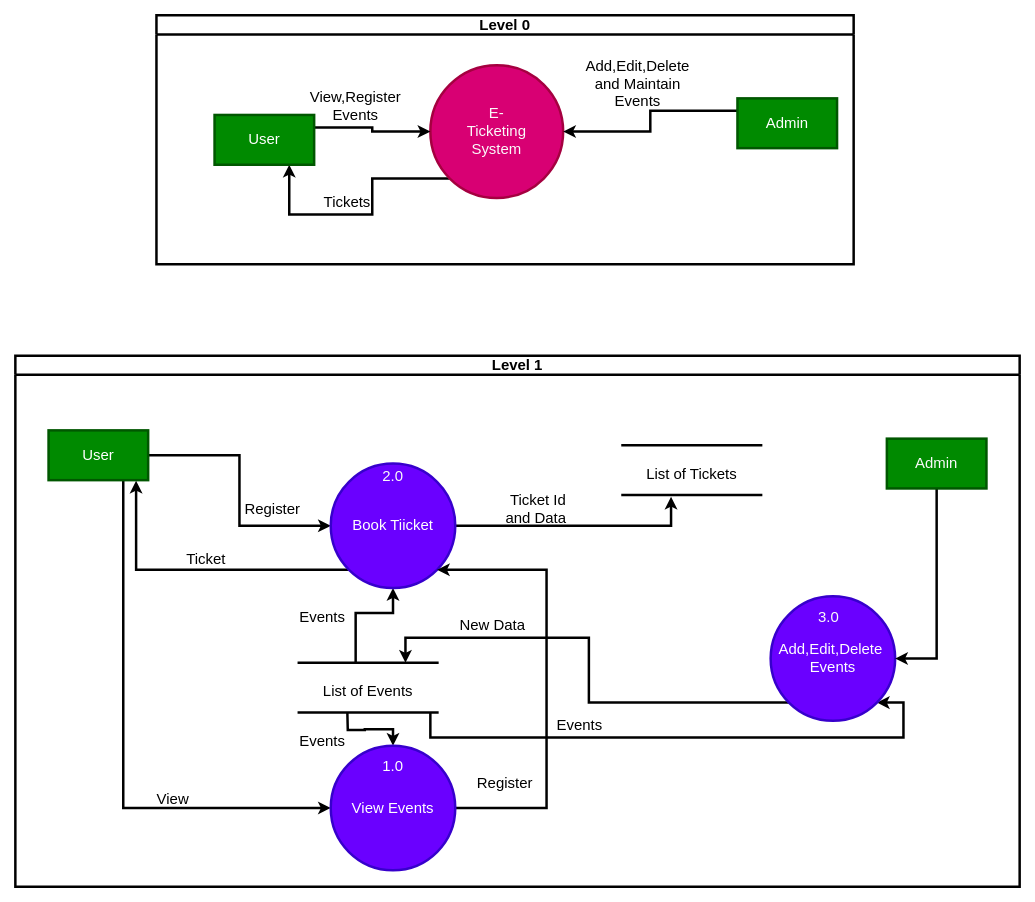
Above: swmline.drawio in AyushKrSingh000/Software-Engineering (draw.io), before the change. Source tidied: cells renumbered, new cells numbered last; positions are measured from the earlier drawing's top-left corner, leaving out a move shared by most shapes. Both pictures are drawn from the tidied source at 83%, with x=0, y=0 at pixel (15, 15).
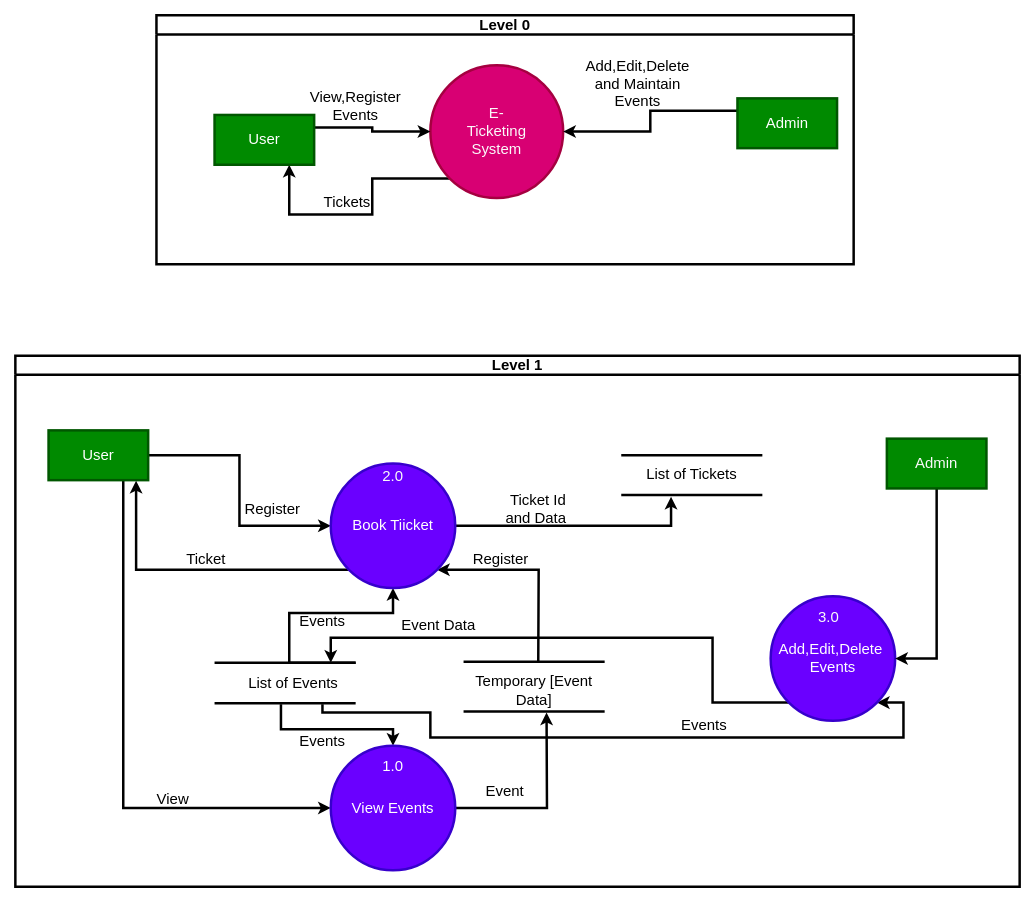
The same diagram, later.

Commit message (it also covers changes not shown here):
final dfd diagram

The change refers to these unchanged cells:
```xml
<mxCell id="8" value="&lt;font style=&quot;font-size: 18px;&quot;&gt;Book Tiicket&lt;/font&gt;" style="ellipse;whiteSpace=wrap;html=1;fontSize=18;fillColor=#6a00ff;fontColor=#ffffff;strokeColor=#3700CC;strokeWidth=3;" parent="1" vertex="1">
  <mxGeometry x="380" y="540" width="150" height="150" as="geometry" />
</mxCell>
<mxCell id="12" value="&lt;font style=&quot;font-size: 18px;&quot;&gt;View Events&lt;/font&gt;" style="ellipse;whiteSpace=wrap;html=1;fontSize=18;fillColor=#6a00ff;strokeColor=#3700CC;fontColor=#ffffff;strokeWidth=3;" parent="1" vertex="1">
  <mxGeometry x="380" y="880" width="150" height="150" as="geometry" />
</mxCell>
<mxCell id="26" value="&lt;font style=&quot;font-size: 18px;&quot;&gt;Add,Edit,Delete&amp;nbsp; Events&lt;/font&gt;" style="ellipse;whiteSpace=wrap;html=1;fontSize=18;fillColor=#6a00ff;fontColor=#ffffff;strokeColor=#3700CC;strokeWidth=3;" parent="1" vertex="1">
  <mxGeometry x="910" y="700" width="150" height="150" as="geometry" />
</mxCell>
<mxCell id="34" value="Level 1" style="swimlane;whiteSpace=wrap;html=1;fontSize=18;strokeWidth=3;" parent="1" vertex="1">
  <mxGeometry y="410" width="1210" height="640" as="geometry" />
</mxCell>
```

Diff of the diagram source:
```diff
@@
     <mxCell id="5" style="edgeStyle=orthogonalEdgeStyle;rounded=0;jettySize=auto;html=1;entryX=0.5;entryY=1;entryDx=0;entryDy=0;fontSize=18;strokeWidth=3;" parent="1" edge="1" target="8">
       <mxGeometry relative="1" as="geometry">
         <mxPoint x="410" y="780" as="sourcePoint" />
         <Array as="points">
-          <mxPoint x="410" y="720" />
+          <mxPoint x="330" y="780" />
+          <mxPoint x="330" y="720" />
           <mxPoint x="455" y="720" />
         </Array>
       </mxGeometry>
     </mxCell>
@@
+    <mxCell id="47" style="edgeStyle=orthogonalEdgeStyle;rounded=0;jettySize=auto;html=1;exitX=1;exitY=1;exitDx=0;exitDy=0;startArrow=classic;startFill=1;endArrow=none;endFill=0;strokeWidth=3;" parent="1" edge="1" source="8">
+      <mxGeometry relative="1" as="geometry">
+        <mxPoint x="630" y="780" as="targetPoint" />
+      </mxGeometry>
+    </mxCell>
@@
     <mxCell id="10" style="edgeStyle=orthogonalEdgeStyle;rounded=0;jettySize=auto;html=1;entryX=0.5;entryY=0;entryDx=0;entryDy=0;fontSize=18;strokeWidth=3;" parent="1" edge="1" target="12">
       <mxGeometry relative="1" as="geometry">
-        <mxPoint x="400" y="840" as="sourcePoint" />
+        <mxPoint x="320" y="830" as="sourcePoint" />
+        <Array as="points">
+          <mxPoint x="320" y="860" />
+          <mxPoint x="455" y="860" />
+        </Array>
       </mxGeometry>
     </mxCell>
-    <mxCell id="11" style="edgeStyle=orthogonalEdgeStyle;rounded=0;jettySize=auto;html=1;exitX=1;exitY=0.5;exitDx=0;exitDy=0;fontSize=18;entryX=1;entryY=1;entryDx=0;entryDy=0;strokeWidth=3;" parent="1" edge="1" source="12" target="8">
-      <mxGeometry relative="1" as="geometry">
-        <Array as="points">
-          <mxPoint x="640" y="955" />
-          <mxPoint x="640" y="668" />
-        </Array>
-      </mxGeometry>
-    </mxCell>
+    <mxCell id="48" style="edgeStyle=orthogonalEdgeStyle;rounded=0;jettySize=auto;html=1;exitX=1;exitY=0.5;exitDx=0;exitDy=0;strokeWidth=3;" parent="1" edge="1" source="12">
+      <mxGeometry relative="1" as="geometry">
+        <mxPoint x="640" y="840" as="targetPoint" />
+      </mxGeometry>
+    </mxCell>
@@
-    <mxCell id="14" style="endArrow=none;html=1;rounded=0;fontSize=18;strokeWidth=3;" parent="1" edge="1">
-      <mxGeometry relative="1" as="geometry">
-        <mxPoint x="340" y="780" as="sourcePoint" />
-        <mxPoint x="510" y="780" as="targetPoint" />
-      </mxGeometry>
-    </mxCell>
-    <mxCell id="15" style="endArrow=none;html=1;rounded=0;fontSize=18;strokeWidth=3;" parent="1" edge="1">
-      <mxGeometry relative="1" as="geometry">
-        <mxPoint x="340" y="840" as="sourcePoint" />
-        <mxPoint x="510" y="840" as="targetPoint" />
-      </mxGeometry>
-    </mxCell>
     <mxCell id="16" style="edgeStyle=orthogonalEdgeStyle;rounded=0;jettySize=auto;html=1;entryX=1;entryY=1;entryDx=0;entryDy=0;fontSize=18;strokeWidth=3;" parent="1" edge="1" target="26">
       <mxGeometry relative="1" as="geometry">
-        <mxPoint x="500" y="840" as="sourcePoint" />
+        <mxPoint x="370" y="830" as="sourcePoint" />
         <Array as="points">
+          <mxPoint x="370" y="840" />
+          <mxPoint x="500" y="840" />
           <mxPoint x="500" y="870" />
           <mxPoint x="1070" y="870" />
           <mxPoint x="1070" y="828" />
         </Array>
       </mxGeometry>
     </mxCell>
-    <mxCell id="17" value="&lt;font style=&quot;font-size: 18px;&quot;&gt;List of Events&lt;/font&gt;" style="text;html=1;strokeColor=none;fillColor=none;align=center;verticalAlign=middle;whiteSpace=wrap;rounded=0;fontSize=18;strokeWidth=3;" parent="1" vertex="1">
-      <mxGeometry x="350" y="800" width="150" height="30" as="geometry" />
-    </mxCell>
@@
-    <mxCell id="21" style="endArrow=none;html=1;rounded=0;fontSize=18;strokeWidth=3;" parent="1" edge="1">
-      <mxGeometry relative="1" as="geometry">
-        <mxPoint x="730" y="518" as="sourcePoint" />
-        <mxPoint x="900" y="518" as="targetPoint" />
-      </mxGeometry>
-    </mxCell>
@@
     <mxCell id="25" style="edgeStyle=orthogonalEdgeStyle;rounded=0;jettySize=auto;html=1;exitX=0;exitY=1;exitDx=0;exitDy=0;fontSize=18;strokeWidth=3;" parent="1" edge="1" source="26">
       <mxGeometry relative="1" as="geometry">
-        <mxPoint x="470" y="780" as="targetPoint" />
+        <mxPoint x="380" y="780" as="targetPoint" />
         <Array as="points">
-          <mxPoint x="691" y="828" />
-          <mxPoint x="691" y="750" />
+          <mxPoint x="840" y="828" />
+          <mxPoint x="840" y="750" />
+          <mxPoint x="380" y="750" />
+          <mxPoint x="380" y="780" />
         </Array>
       </mxGeometry>
     </mxCell>
@@
-    <mxCell id="29" value="&lt;font style=&quot;font-size: 18px;&quot;&gt;New Data&lt;/font&gt;" style="text;html=1;strokeColor=none;fillColor=none;align=center;verticalAlign=middle;whiteSpace=wrap;rounded=0;fontSize=18;strokeWidth=3;" parent="1" vertex="1">
-      <mxGeometry x="530" y="720" width="90" height="30" as="geometry" />
-    </mxCell>
-    <mxCell id="30" value="&lt;font style=&quot;font-size: 18px;&quot;&gt;Register&lt;/font&gt;" style="text;html=1;strokeColor=none;fillColor=none;align=center;verticalAlign=middle;whiteSpace=wrap;rounded=0;fontSize=18;strokeWidth=3;" parent="1" vertex="1">
-      <mxGeometry x="560" y="910" width="60" height="30" as="geometry" />
-    </mxCell>
-    <mxCell id="31" value="Events" style="text;html=1;strokeColor=none;fillColor=none;align=center;verticalAlign=middle;whiteSpace=wrap;rounded=0;fontSize=18;strokeWidth=3;" parent="1" vertex="1">
-      <mxGeometry x="650" y="840" width="60" height="30" as="geometry" />
-    </mxCell>
-    <mxCell id="32" value="&lt;font style=&quot;font-size: 18px;&quot;&gt;Events&lt;/font&gt;" style="text;html=1;strokeColor=none;fillColor=none;align=center;verticalAlign=middle;whiteSpace=wrap;rounded=0;fontSize=18;strokeWidth=3;" parent="1" vertex="1">
-      <mxGeometry x="340" y="710" width="60" height="30" as="geometry" />
-    </mxCell>
@@
+    <mxCell id="49" style="endArrow=none;html=1;rounded=0;fontSize=18;strokeWidth=3;" parent="34" edge="1">
+      <mxGeometry relative="1" as="geometry">
+        <mxPoint x="540" y="368.8" as="sourcePoint" />
+        <mxPoint x="710" y="368.8" as="targetPoint" />
+      </mxGeometry>
+    </mxCell>
+    <mxCell id="50" style="endArrow=none;html=1;rounded=0;fontSize=18;strokeWidth=3;" parent="34" edge="1">
+      <mxGeometry relative="1" as="geometry">
+        <mxPoint x="540" y="428.8" as="sourcePoint" />
+        <mxPoint x="710" y="428.8" as="targetPoint" />
+      </mxGeometry>
+    </mxCell>
+    <mxCell id="51" value="&lt;font style=&quot;font-size: 18px;&quot;&gt;Temporary [Event Data]&lt;/font&gt;" style="text;html=1;strokeColor=none;fillColor=none;align=center;verticalAlign=middle;whiteSpace=wrap;rounded=0;fontSize=18;strokeWidth=3;" parent="34" vertex="1">
+      <mxGeometry x="550" y="388.8" width="150" height="30" as="geometry" />
+    </mxCell>
+    <mxCell id="31" value="Events" style="text;html=1;strokeColor=none;fillColor=none;align=center;verticalAlign=middle;whiteSpace=wrap;rounded=0;fontSize=18;strokeWidth=3;" parent="34" vertex="1">
+      <mxGeometry x="800" y="430" width="60" height="30" as="geometry" />
+    </mxCell>
+    <mxCell id="14" style="endArrow=none;html=1;rounded=0;fontSize=18;strokeWidth=3;" parent="34" edge="1">
+      <mxGeometry relative="1" as="geometry">
+        <mxPoint x="240" y="370" as="sourcePoint" />
+        <mxPoint x="410" y="370" as="targetPoint" />
+      </mxGeometry>
+    </mxCell>
+    <mxCell id="15" style="endArrow=none;html=1;rounded=0;fontSize=18;strokeWidth=3;" parent="34" edge="1">
+      <mxGeometry relative="1" as="geometry">
+        <mxPoint x="240" y="418.8" as="sourcePoint" />
+        <mxPoint x="410" y="418.8" as="targetPoint" />
+      </mxGeometry>
+    </mxCell>
+    <mxCell id="17" value="&lt;font style=&quot;font-size: 18px;&quot;&gt;List of Events&lt;/font&gt;" style="text;html=1;strokeColor=none;fillColor=none;align=center;verticalAlign=middle;whiteSpace=wrap;rounded=0;fontSize=18;strokeWidth=3;" parent="34" vertex="1">
+      <mxGeometry x="260" y="380" width="150" height="30" as="geometry" />
+    </mxCell>
+    <mxCell id="32" value="&lt;font style=&quot;font-size: 18px;&quot;&gt;Events&lt;/font&gt;" style="text;html=1;strokeColor=none;fillColor=none;align=center;verticalAlign=middle;whiteSpace=wrap;rounded=0;fontSize=18;strokeWidth=3;" parent="34" vertex="1">
+      <mxGeometry x="340" y="305" width="60" height="30" as="geometry" />
+    </mxCell>
+    <mxCell id="29" value="&lt;font style=&quot;font-size: 18px;&quot;&gt;Event Data&lt;/font&gt;" style="text;html=1;strokeColor=none;fillColor=none;align=center;verticalAlign=middle;whiteSpace=wrap;rounded=0;fontSize=18;strokeWidth=3;" parent="34" vertex="1">
+      <mxGeometry x="460" y="310" width="100" height="30" as="geometry" />
+    </mxCell>
+    <mxCell id="52" value="&lt;font style=&quot;font-size: 18px;&quot;&gt;Register&lt;/font&gt;" style="text;html=1;strokeColor=none;fillColor=none;align=center;verticalAlign=middle;whiteSpace=wrap;rounded=0;fontSize=18;strokeWidth=3;" parent="34" vertex="1">
+      <mxGeometry x="555" y="230" width="60" height="30" as="geometry" />
+    </mxCell>
+    <mxCell id="30" value="Event" style="text;html=1;strokeColor=none;fillColor=none;align=center;verticalAlign=middle;whiteSpace=wrap;rounded=0;fontSize=18;strokeWidth=3;" parent="34" vertex="1">
+      <mxGeometry x="560" y="510" width="60" height="30" as="geometry" />
+    </mxCell>
+    <mxCell id="21" style="endArrow=none;html=1;rounded=0;fontSize=18;strokeWidth=3;" parent="34" edge="1">
+      <mxGeometry relative="1" as="geometry">
+        <mxPoint x="730" y="120" as="sourcePoint" />
+        <mxPoint x="900" y="120" as="targetPoint" />
+      </mxGeometry>
+    </mxCell>
```
